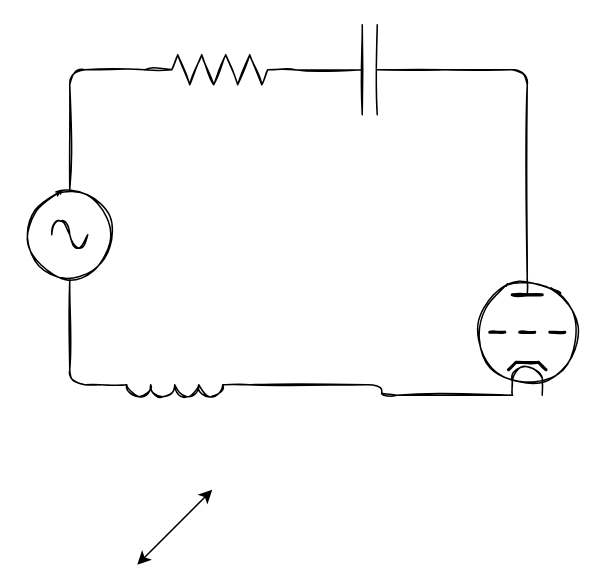
aemakeye/circuit_calculator keeps this draw.io diagram as files/test01.drawio. Above is the earlier version. Source tidied: cells renumbered, new cells numbered last; positions are measured from the earlier drawing's top-left corner, leaving out a move shared by most shapes. Both pictures are drawn from the tidied source at 150%, with x=0, y=0 at pixel (24, 24).
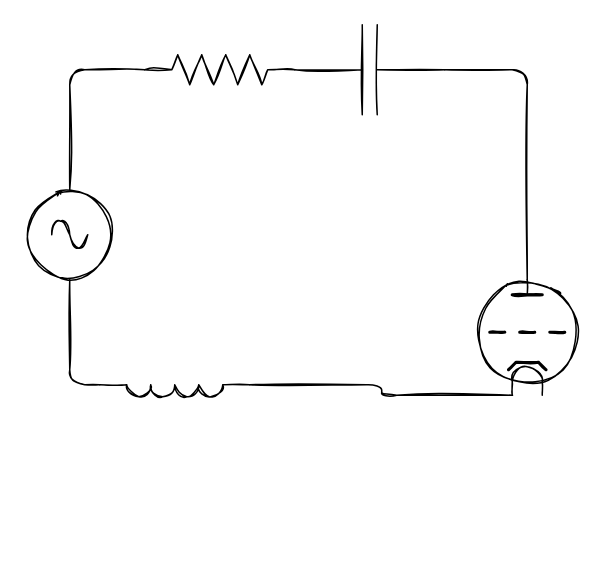
The same diagram, later.

The edit, as a diff of the source:
```diff
@@
 <mxGraphModel>
   <root>
     <mxCell id="0" />
     <mxCell id="1" parent="0" />
     <mxCell id="2" style="verticalLabelPosition=bottom;shadow=0;dashed=0;align=center;html=1;verticalAlign=top;shape=mxgraph.electrical.resistors.resistor_2;sketch=1;" parent="1" vertex="1">
       <mxGeometry x="80" y="20" width="100" height="20" as="geometry" />
     </mxCell>
     <mxCell id="3" style="verticalLabelPosition=bottom;shadow=0;dashed=0;align=center;html=1;verticalAlign=top;shape=mxgraph.electrical.capacitors.capacitor_1;sketch=1;" parent="1" vertex="1">
       <mxGeometry x="180" width="100" height="60" as="geometry" />
     </mxCell>
     <mxCell id="4" style="verticalLabelPosition=bottom;shadow=0;dashed=0;align=center;html=1;verticalAlign=top;shape=mxgraph.electrical.inductors.inductor_3;direction=west;sketch=1;" parent="1" vertex="1">
       <mxGeometry x="50" y="240" width="100" height="8" as="geometry" />
     </mxCell>
     <mxCell id="5" style="verticalLabelPosition=bottom;shadow=0;dashed=0;align=center;html=1;verticalAlign=top;shape=mxgraph.electrical.signal_sources.source;points=[[0.5,0,0],[1,0.5,0],[0.5,1,0],[0,0.5,0]];elSignalType=ac;sketch=1;" parent="1" vertex="1">
       <mxGeometry y="110" width="60" height="60" as="geometry" />
     </mxCell>
     <mxCell id="6" style="verticalLabelPosition=bottom;shadow=0;dashed=0;align=center;html=1;verticalAlign=top;shape=mxgraph.electrical.thermionic_devices.triode;sketch=1;" parent="1" vertex="1">
       <mxGeometry x="300" y="170" width="70" height="77" as="geometry" />
     </mxCell>
     <mxCell id="7" style="endArrow=none;html=1;entryX=1;entryY=0.5;entryDx=0;entryDy=0;entryPerimeter=0;exitX=0.5;exitY=0;exitDx=0;exitDy=0;exitPerimeter=0;edgeStyle=orthogonalEdgeStyle;sketch=1;" parent="1" edge="1" source="6" target="3">
       <mxGeometry relative="1" as="geometry" />
     </mxCell>
     <mxCell id="8" style="endArrow=none;html=1;exitX=1;exitY=1;exitDx=0;exitDy=0;exitPerimeter=0;entryX=0.5;entryY=1;entryDx=0;entryDy=0;entryPerimeter=0;edgeStyle=elbowEdgeStyle;sketch=1;" parent="1" edge="1" source="4" target="5">
       <mxGeometry relative="1" as="geometry">
         <Array as="points">
           <mxPoint x="30" y="210" />
         </Array>
       </mxGeometry>
     </mxCell>
     <mxCell id="9" style="endArrow=none;html=1;entryX=0;entryY=0.5;entryDx=0;entryDy=0;entryPerimeter=0;exitX=0.5;exitY=0;exitDx=0;exitDy=0;exitPerimeter=0;edgeStyle=orthogonalEdgeStyle;sketch=1;" parent="1" edge="1" source="5" target="2">
       <mxGeometry relative="1" as="geometry" />
     </mxCell>
     <mxCell id="10" style="endArrow=none;html=1;entryX=0.36;entryY=1;entryDx=0;entryDy=0;entryPerimeter=0;exitX=0;exitY=1;exitDx=0;exitDy=0;exitPerimeter=0;edgeStyle=elbowEdgeStyle;sketch=1;" parent="1" edge="1" source="4" target="6">
       <mxGeometry relative="1" as="geometry" />
     </mxCell>
-    <mxCell id="11" style="endArrow=classic;startArrow=classic;html=1;rounded=0;" parent="1" edge="1">
-      <mxGeometry relative="1" as="geometry">
-        <mxPoint x="75" y="360" as="sourcePoint" />
-        <mxPoint x="125" y="310" as="targetPoint" />
-      </mxGeometry>
-    </mxCell>
   </root>
 </mxGraphModel>
```
